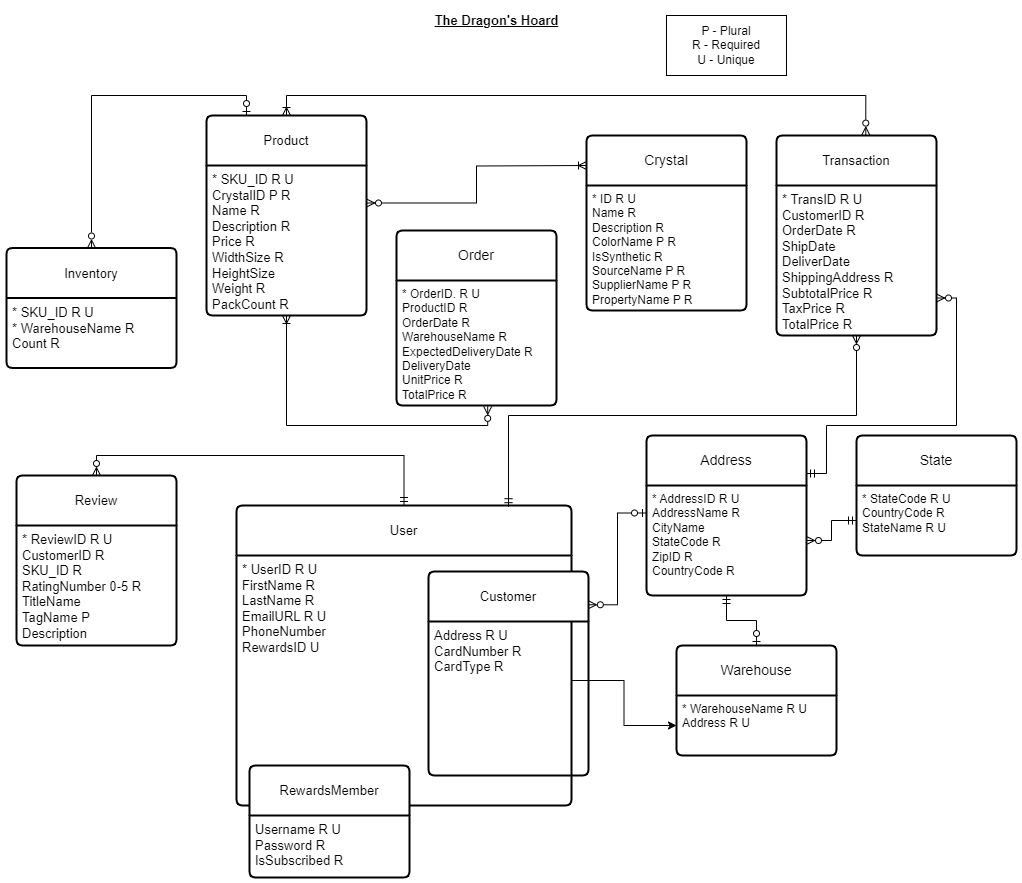
roryhackney/ecommerceDatabase keeps this draw.io diagram as design.png. Above is the earlier version. Source tidied: cells renumbered, new cells last; positions are measured from the earlier drawing's top-left corner, leaving out a move shared by most shapes.
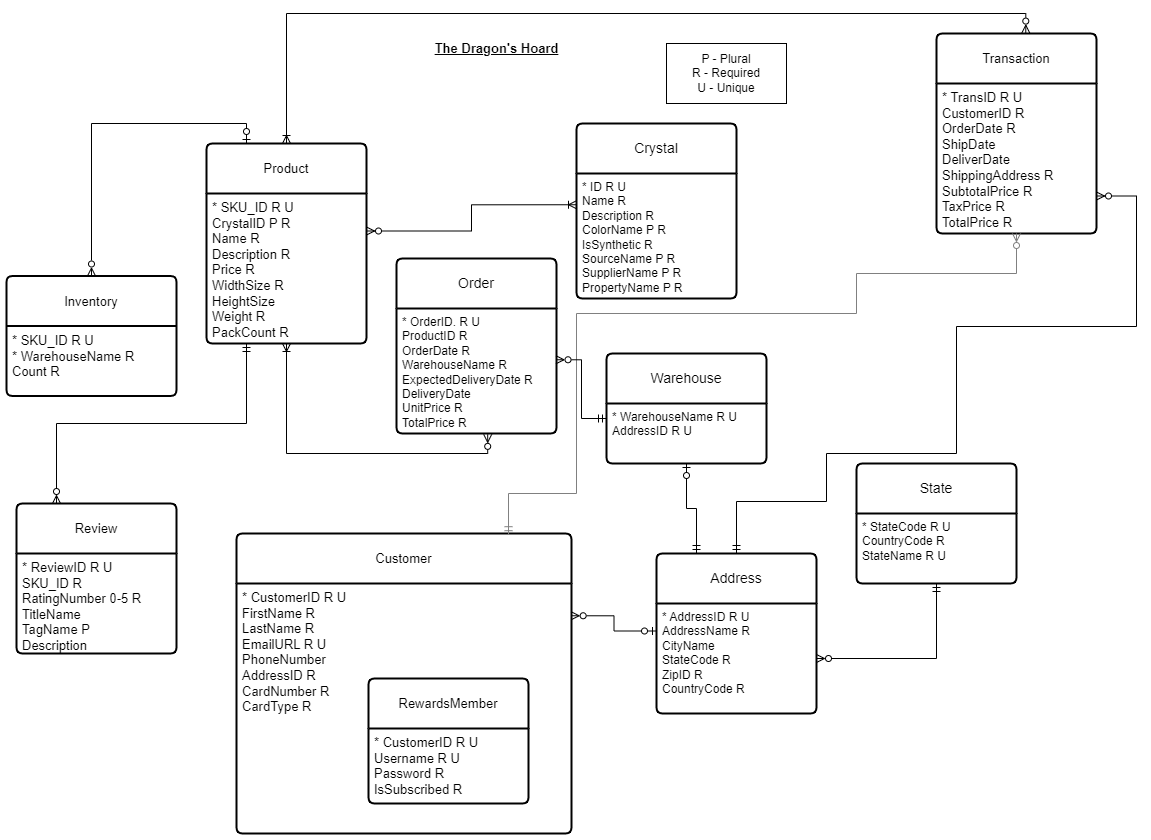
The same file after the commit.

Commit message:
Made a few edits based on feedback

Strong/weak in glossary, at top

What changed in the source:
```diff
@@ -2,10 +2,10 @@
   <root>
     <mxCell id="0" />
     <mxCell id="1" parent="0" />
-    <mxCell id="2" value="User" style="swimlane;horizontal=1;startSize=50;rounded=1;fontSize=13;fontStyle=0;strokeWidth=2;shadow=0;dashed=0;align=center;arcSize=4;whiteSpace=wrap;html=1;" parent="1" vertex="1">
+    <mxCell id="2" value="Customer" style="swimlane;horizontal=1;startSize=50;rounded=1;fontSize=13;fontStyle=0;strokeWidth=2;shadow=0;dashed=0;align=center;arcSize=4;whiteSpace=wrap;html=1;" parent="1" vertex="1">
       <mxGeometry x="230" y="500" width="335" height="300" as="geometry" />
     </mxCell>
-    <mxCell id="3" value="* UserID R U&lt;div&gt;FirstName R&lt;div style=&quot;font-size: 13px;&quot;&gt;LastName R&lt;/div&gt;&lt;div style=&quot;font-size: 13px;&quot;&gt;EmailURL R U&lt;/div&gt;&lt;div style=&quot;font-size: 13px;&quot;&gt;PhoneNumber&lt;/div&gt;&lt;div style=&quot;font-size: 13px;&quot;&gt;RewardsID U&lt;/div&gt;&lt;/div&gt;" style="align=left;strokeColor=none;fillColor=none;spacingLeft=4;fontSize=13;verticalAlign=top;html=1;" parent="2" vertex="1">
+    <mxCell id="3" value="* CustomerID R U&lt;div&gt;FirstName R&lt;div style=&quot;font-size: 13px;&quot;&gt;LastName R&lt;/div&gt;&lt;div style=&quot;font-size: 13px;&quot;&gt;EmailURL R U&lt;/div&gt;&lt;div style=&quot;font-size: 13px;&quot;&gt;PhoneNumber&lt;br&gt;&lt;/div&gt;&lt;/div&gt;&lt;div style=&quot;font-size: 13px;&quot;&gt;AddressID R&lt;/div&gt;&lt;div style=&quot;font-size: 13px;&quot;&gt;CardNumber R&lt;/div&gt;&lt;div style=&quot;font-size: 13px;&quot;&gt;CardType R&lt;/div&gt;" style="align=left;strokeColor=none;fillColor=none;spacingLeft=4;fontSize=13;verticalAlign=top;html=1;" parent="2" vertex="1">
       <mxGeometry y="50" width="335" height="250" as="geometry" />
     </mxCell>
     <mxCell id="4" style="edgeStyle=orthogonalEdgeStyle;rounded=0;jettySize=auto;html=1;exitX=0.25;exitY=0;exitDx=0;exitDy=0;entryX=0.5;entryY=0;entryDx=0;entryDy=0;startArrow=ERzeroToOne;startFill=0;endArrow=ERzeroToMany;endFill=0;fontSize=13;" parent="1" edge="1" source="5" target="7">
@@ -24,34 +24,32 @@
       <mxGeometry y="50" width="170" height="70" as="geometry" />
     </mxCell>
     <mxCell id="9" value="Transaction" style="swimlane;horizontal=1;startSize=50;rounded=1;fontSize=13;fontStyle=0;strokeWidth=2;shadow=0;dashed=0;align=center;arcSize=4;whiteSpace=wrap;html=1;" parent="1" vertex="1">
-      <mxGeometry x="770" y="130" width="160" height="200" as="geometry" />
+      <mxGeometry x="930" width="160" height="200" as="geometry" />
     </mxCell>
     <mxCell id="10" value="&lt;div style=&quot;font-size: 13px;&quot;&gt;* TransID R U&lt;/div&gt;&lt;div style=&quot;font-size: 13px;&quot;&gt;CustomerID R&lt;/div&gt;&lt;div style=&quot;font-size: 13px;&quot;&gt;OrderDate R&lt;/div&gt;&lt;div style=&quot;font-size: 13px;&quot;&gt;&lt;span style=&quot;background-color: initial;&quot;&gt;ShipDate&lt;/span&gt;&lt;/div&gt;&lt;div style=&quot;font-size: 13px;&quot;&gt;&lt;span style=&quot;background-color: initial;&quot;&gt;DeliverDate&lt;/span&gt;&lt;/div&gt;&lt;div style=&quot;font-size: 13px;&quot;&gt;&lt;span style=&quot;background-color: initial;&quot;&gt;ShippingAddress R&lt;/span&gt;&lt;br&gt;&lt;/div&gt;&lt;div style=&quot;font-size: 13px;&quot;&gt;SubtotalPrice R&lt;/div&gt;&lt;div style=&quot;font-size: 13px;&quot;&gt;TaxPrice R&lt;/div&gt;&lt;div style=&quot;font-size: 13px;&quot;&gt;TotalPrice R&lt;/div&gt;" style="align=left;strokeColor=none;fillColor=none;spacingLeft=4;fontSize=13;verticalAlign=top;html=1;" parent="9" vertex="1">
       <mxGeometry y="50" width="160" height="150" as="geometry" />
     </mxCell>
-    <mxCell id="11" value="Customer" style="swimlane;horizontal=1;startSize=50;rounded=1;fontSize=13;fontStyle=0;strokeWidth=2;shadow=0;dashed=0;align=center;arcSize=4;whiteSpace=wrap;html=1;" parent="1" vertex="1">
-      <mxGeometry x="422" y="566" width="160" height="204" as="geometry" />
-    </mxCell>
-    <mxCell id="12" value="&lt;div style=&quot;font-size: 13px;&quot;&gt;&lt;span style=&quot;background-color: initial;&quot;&gt;Address R U&amp;nbsp;&lt;/span&gt;&lt;br&gt;&lt;/div&gt;&lt;div style=&quot;font-size: 13px;&quot;&gt;CardNumber R&lt;/div&gt;&lt;div style=&quot;font-size: 13px;&quot;&gt;CardType R&lt;/div&gt;" style="align=left;strokeColor=none;fillColor=none;spacingLeft=4;fontSize=13;verticalAlign=top;html=1;" parent="11" vertex="1">
-      <mxGeometry y="50" width="160" height="154" as="geometry" />
-    </mxCell>
-    <mxCell id="13" style="edgeStyle=orthogonalEdgeStyle;rounded=0;jettySize=auto;html=1;exitX=0.5;exitY=0;exitDx=0;exitDy=0;entryX=0.5;entryY=0;entryDx=0;entryDy=0;startArrow=ERmandOne;startFill=0;endArrow=ERzeroToMany;endFill=0;fontSize=13;" parent="1" edge="1" source="2" target="14">
-      <mxGeometry relative="1" as="geometry" />
-    </mxCell>
+    <mxCell id="39" style="edgeStyle=orthogonalEdgeStyle;rounded=0;jettySize=auto;html=1;exitX=0.25;exitY=0;exitDx=0;exitDy=0;entryX=0.25;entryY=1;entryDx=0;entryDy=0;endArrow=ERmandOne;endFill=0;startArrow=ERzeroToMany;startFill=0;" parent="1" edge="1" source="14" target="6">
+      <mxGeometry relative="1" as="geometry" />
+    </mxCell>
     <mxCell id="14" value="Review" style="swimlane;horizontal=1;startSize=50;rounded=1;fontSize=13;fontStyle=0;strokeWidth=2;shadow=0;dashed=0;align=center;arcSize=4;whiteSpace=wrap;html=1;" parent="1" vertex="1">
-      <mxGeometry x="10" y="470" width="160" height="170" as="geometry" />
+      <mxGeometry x="10" y="470" width="160" height="150" as="geometry" />
     </mxCell>
-    <mxCell id="15" value="&lt;div&gt;* ReviewID R U&lt;/div&gt;CustomerID R&lt;div style=&quot;font-size: 13px;&quot;&gt;SKU_ID R&lt;/div&gt;&lt;div style=&quot;font-size: 13px;&quot;&gt;RatingNumber 0-5 R&lt;/div&gt;&lt;div style=&quot;font-size: 13px;&quot;&gt;TitleName&lt;/div&gt;&lt;div style=&quot;font-size: 13px;&quot;&gt;TagName P&lt;/div&gt;&lt;div style=&quot;font-size: 13px;&quot;&gt;Description&lt;/div&gt;" style="align=left;strokeColor=none;fillColor=none;spacingLeft=4;fontSize=13;verticalAlign=top;html=1;" parent="14" vertex="1">
-      <mxGeometry y="50" width="160" height="120" as="geometry" />
+    <mxCell id="15" value="&lt;div&gt;* ReviewID R U&lt;/div&gt;&lt;div style=&quot;font-size: 13px;&quot;&gt;SKU_ID R&lt;/div&gt;&lt;div style=&quot;font-size: 13px;&quot;&gt;RatingNumber 0-5 R&lt;/div&gt;&lt;div style=&quot;font-size: 13px;&quot;&gt;TitleName&lt;/div&gt;&lt;div style=&quot;font-size: 13px;&quot;&gt;TagName P&lt;/div&gt;&lt;div style=&quot;font-size: 13px;&quot;&gt;Description&lt;/div&gt;" style="align=left;strokeColor=none;fillColor=none;spacingLeft=4;fontSize=13;verticalAlign=top;html=1;" parent="14" vertex="1">
+      <mxGeometry y="50" width="160" height="100" as="geometry" />
     </mxCell>
     <mxCell id="16" style="edgeStyle=orthogonalEdgeStyle;rounded=0;jettySize=auto;html=1;exitX=0.5;exitY=0;exitDx=0;exitDy=0;entryX=0.558;entryY=-0.002;entryDx=0;entryDy=0;entryPerimeter=0;startArrow=ERoneToMany;startFill=0;endArrow=ERzeroToMany;endFill=0;fontSize=13;" parent="1" edge="1" source="5" target="9">
       <mxGeometry relative="1" as="geometry" />
     </mxCell>
-    <mxCell id="17" style="edgeStyle=orthogonalEdgeStyle;rounded=0;jettySize=auto;html=1;exitX=0.5;exitY=1;exitDx=0;exitDy=0;entryX=0.812;entryY=0.004;entryDx=0;entryDy=0;entryPerimeter=0;startArrow=ERzeroToMany;startFill=0;endArrow=ERmandOne;endFill=0;fontSize=13;" parent="1" edge="1" source="10" target="2">
+    <mxCell id="17" style="edgeStyle=orthogonalEdgeStyle;rounded=0;jettySize=auto;html=1;exitX=0.5;exitY=1;exitDx=0;exitDy=0;entryX=0.812;entryY=0.004;entryDx=0;entryDy=0;entryPerimeter=0;startArrow=ERzeroToMany;startFill=0;endArrow=ERmandOne;endFill=0;fontSize=13;jumpStyle=none;strokeColor=#808080;" parent="1" edge="1" source="10" target="2">
       <mxGeometry relative="1" as="geometry">
         <Array as="points">
-          <mxPoint x="850" y="410" />
-          <mxPoint x="502" y="410" />
+          <mxPoint x="1010" y="240" />
+          <mxPoint x="850" y="240" />
+          <mxPoint x="850" y="280" />
+          <mxPoint x="570" y="280" />
+          <mxPoint x="570" y="460" />
+          <mxPoint x="502" y="460" />
         </Array>
       </mxGeometry>
     </mxCell>
@@ -59,21 +57,19 @@
       <mxGeometry x="415" width="150" height="30" as="geometry" />
     </mxCell>
     <mxCell id="19" value="Crystal" style="swimlane;horizontal=1;startSize=50;rounded=1;fontSize=14;fontStyle=0;strokeWidth=2;shadow=0;dashed=0;align=center;arcSize=4;whiteSpace=wrap;html=1;" parent="1" vertex="1">
-      <mxGeometry x="580" y="130" width="160" height="175" as="geometry" />
+      <mxGeometry x="570" y="90" width="160" height="175" as="geometry" />
     </mxCell>
     <mxCell id="20" value="&lt;div&gt;* ID R U&lt;/div&gt;Name R&lt;div&gt;Description R&lt;/div&gt;&lt;div&gt;ColorName P R&lt;/div&gt;&lt;div&gt;IsSynthetic R&lt;/div&gt;&lt;div&gt;SourceName P R&lt;/div&gt;&lt;div&gt;SupplierName P R&lt;/div&gt;&lt;div&gt;PropertyName P R&lt;/div&gt;" style="align=left;strokeColor=none;fillColor=none;spacingLeft=4;fontSize=12;verticalAlign=top;html=1;" parent="19" vertex="1">
       <mxGeometry y="50" width="160" height="125" as="geometry" />
     </mxCell>
-    <mxCell id="21" style="edgeStyle=orthogonalEdgeStyle;rounded=0;jettySize=auto;html=1;exitX=1;exitY=0.25;exitDx=0;exitDy=0;startArrow=ERzeroToMany;startFill=0;endArrow=ERoneToMany;endFill=0;" parent="1" edge="1" source="6">
-      <mxGeometry relative="1" as="geometry">
-        <mxPoint x="580" y="160" as="targetPoint" />
-      </mxGeometry>
+    <mxCell id="21" style="edgeStyle=orthogonalEdgeStyle;rounded=0;jettySize=auto;html=1;exitX=1;exitY=0.25;exitDx=0;exitDy=0;startArrow=ERzeroToMany;startFill=0;endArrow=ERoneToMany;endFill=0;entryX=0;entryY=0.25;entryDx=0;entryDy=0;" parent="1" edge="1" source="6" target="20">
+      <mxGeometry relative="1" as="geometry" />
     </mxCell>
     <mxCell id="22" value="RewardsMember" style="swimlane;horizontal=1;startSize=50;rounded=1;fontSize=13;fontStyle=0;strokeWidth=2;shadow=0;dashed=0;align=center;arcSize=4;whiteSpace=wrap;html=1;" parent="1" vertex="1">
-      <mxGeometry x="243" y="760" width="160" height="112" as="geometry" />
+      <mxGeometry x="362" y="645" width="160" height="125" as="geometry" />
     </mxCell>
-    <mxCell id="23" value="&lt;div style=&quot;font-size: 13px;&quot;&gt;Username R U&lt;/div&gt;&lt;div style=&quot;font-size: 13px;&quot;&gt;Password R&lt;/div&gt;&lt;div style=&quot;font-size: 13px;&quot;&gt;IsSubscribed R&lt;/div&gt;" style="align=left;strokeColor=none;fillColor=none;spacingLeft=4;fontSize=13;verticalAlign=top;html=1;" parent="22" vertex="1">
-      <mxGeometry y="50" width="160" height="62" as="geometry" />
+    <mxCell id="23" value="&lt;div style=&quot;font-size: 13px;&quot;&gt;* CustomerID R U&lt;/div&gt;&lt;div style=&quot;font-size: 13px;&quot;&gt;Username R U&lt;/div&gt;&lt;div style=&quot;font-size: 13px;&quot;&gt;Password R&lt;/div&gt;&lt;div style=&quot;font-size: 13px;&quot;&gt;IsSubscribed R&lt;/div&gt;" style="align=left;strokeColor=none;fillColor=none;spacingLeft=4;fontSize=13;verticalAlign=top;html=1;" parent="22" vertex="1">
+      <mxGeometry y="50" width="160" height="75" as="geometry" />
     </mxCell>
     <mxCell id="24" value="Order" style="swimlane;horizontal=1;startSize=50;rounded=1;fontSize=14;fontStyle=0;strokeWidth=2;shadow=0;dashed=0;align=center;arcSize=4;whiteSpace=wrap;html=1;" parent="1" vertex="1">
       <mxGeometry x="390" y="225" width="160" height="175" as="geometry" />
@@ -87,15 +83,18 @@
     <mxCell id="27" style="edgeStyle=orthogonalEdgeStyle;rounded=0;jettySize=auto;html=1;entryX=1;entryY=0.75;entryDx=0;entryDy=0;startArrow=ERmandOne;startFill=0;endArrow=ERzeroToMany;endFill=0;" parent="1" edge="1" source="28" target="10">
       <mxGeometry relative="1" as="geometry">
         <Array as="points">
+          <mxPoint x="730" y="468" />
           <mxPoint x="820" y="468" />
           <mxPoint x="820" y="420" />
           <mxPoint x="950" y="420" />
           <mxPoint x="950" y="293" />
+          <mxPoint x="1130" y="293" />
+          <mxPoint x="1130" y="162" />
         </Array>
       </mxGeometry>
     </mxCell>
     <mxCell id="28" value="Address" style="swimlane;horizontal=1;startSize=50;rounded=1;fontSize=14;fontStyle=0;strokeWidth=2;shadow=0;dashed=0;align=center;arcSize=4;whiteSpace=wrap;html=1;" parent="1" vertex="1">
-      <mxGeometry x="640" y="430" width="160" height="160" as="geometry" />
+      <mxGeometry x="650" y="520" width="160" height="160" as="geometry" />
     </mxCell>
     <mxCell id="29" value="&lt;div&gt;* AddressID R U&lt;/div&gt;AddressName R&lt;div&gt;&lt;div&gt;&lt;div&gt;CityName&lt;/div&gt;&lt;div&gt;StateCode R&lt;/div&gt;&lt;div&gt;ZipID R&lt;/div&gt;&lt;/div&gt;&lt;/div&gt;&lt;div&gt;CountryCode R&lt;/div&gt;" style="align=left;strokeColor=none;fillColor=none;spacingLeft=4;fontSize=12;verticalAlign=top;html=1;" parent="28" vertex="1">
       <mxGeometry y="50" width="160" height="110" as="geometry" />
@@ -107,25 +106,25 @@
       <mxGeometry y="50" width="160" height="70" as="geometry" />
     </mxCell>
     <mxCell id="32" value="Warehouse" style="swimlane;horizontal=1;startSize=50;rounded=1;fontSize=14;fontStyle=0;strokeWidth=2;shadow=0;dashed=0;align=center;arcSize=4;whiteSpace=wrap;html=1;" parent="1" vertex="1">
-      <mxGeometry x="670" y="640" width="160" height="110" as="geometry" />
+      <mxGeometry x="600" y="320" width="160" height="110" as="geometry" />
     </mxCell>
-    <mxCell id="33" value="&lt;div&gt;&lt;span style=&quot;background-color: initial;&quot;&gt;* WarehouseName R U&lt;/span&gt;&lt;br&gt;&lt;/div&gt;Address R U" style="align=left;strokeColor=none;fillColor=none;spacingLeft=4;fontSize=12;verticalAlign=top;html=1;" parent="32" vertex="1">
+    <mxCell id="33" value="&lt;div&gt;&lt;span style=&quot;background-color: initial;&quot;&gt;* WarehouseName R U&lt;/span&gt;&lt;br&gt;&lt;/div&gt;AddressID R U" style="align=left;strokeColor=none;fillColor=none;spacingLeft=4;fontSize=12;verticalAlign=top;html=1;" parent="32" vertex="1">
       <mxGeometry y="50" width="160" height="60" as="geometry" />
     </mxCell>
     <mxCell id="34" style="edgeStyle=orthogonalEdgeStyle;rounded=0;jettySize=auto;html=1;exitX=1;exitY=0.5;exitDx=0;exitDy=0;startArrow=ERzeroToMany;startFill=0;endArrow=ERmandOne;endFill=0;" parent="1" edge="1" source="29" target="31">
       <mxGeometry relative="1" as="geometry" />
     </mxCell>
-    <mxCell id="35" style="edgeStyle=orthogonalEdgeStyle;rounded=0;jettySize=auto;html=1;exitX=0;exitY=0.25;exitDx=0;exitDy=0;entryX=0.999;entryY=0.163;entryDx=0;entryDy=0;entryPerimeter=0;startArrow=ERzeroToOne;startFill=0;endArrow=ERzeroToMany;endFill=0;" parent="1" edge="1" source="29" target="11">
+    <mxCell id="35" style="edgeStyle=orthogonalEdgeStyle;rounded=0;jettySize=auto;html=1;exitX=0;exitY=0.25;exitDx=0;exitDy=0;entryX=0.999;entryY=0.129;entryDx=0;entryDy=0;entryPerimeter=0;startArrow=ERzeroToOne;startFill=0;endArrow=ERzeroToMany;endFill=0;" parent="1" edge="1" source="29" target="3">
       <mxGeometry relative="1" as="geometry" />
     </mxCell>
-    <mxCell id="36" style="edgeStyle=orthogonalEdgeStyle;rounded=0;jettySize=auto;html=1;exitX=0.5;exitY=1;exitDx=0;exitDy=0;startArrow=ERmandOne;startFill=0;endArrow=ERzeroToOne;endFill=0;" parent="1" edge="1" source="29" target="32">
+    <mxCell id="36" style="edgeStyle=orthogonalEdgeStyle;rounded=0;jettySize=auto;html=1;exitX=0.25;exitY=0;exitDx=0;exitDy=0;startArrow=ERmandOne;startFill=0;endArrow=ERzeroToOne;endFill=0;" parent="1" edge="1" source="28" target="32">
       <mxGeometry relative="1" as="geometry" />
     </mxCell>
     <mxCell id="37" value="&lt;div&gt;&lt;span style=&quot;background-color: initial;&quot;&gt;P - Plural&lt;/span&gt;&lt;br&gt;&lt;/div&gt;&lt;div&gt;R - Required&lt;/div&gt;&lt;div&gt;U - Unique&lt;/div&gt;" style="rounded=0;whiteSpace=wrap;html=1;" parent="1" vertex="1">
       <mxGeometry x="660" y="10" width="120" height="60" as="geometry" />
     </mxCell>
-    <mxCell id="38" style="edgeStyle=orthogonalEdgeStyle;rounded=0;jettySize=auto;html=1;" parent="1" edge="1" source="3" target="33">
-      <mxGeometry relative="1" as="geometry" />
-    </mxCell>
+    <mxCell id="40" style="edgeStyle=orthogonalEdgeStyle;rounded=0;jettySize=auto;html=1;exitX=0;exitY=0.25;exitDx=0;exitDy=0;entryX=0.997;entryY=0.41;entryDx=0;entryDy=0;entryPerimeter=0;startArrow=ERmandOne;startFill=0;endArrow=ERzeroToMany;endFill=0;" parent="1" edge="1" source="33" target="25">
+      <mxGeometry relative="1" as="geometry" />
+    </mxCell>
   </root>
 </mxGraphModel>
```
